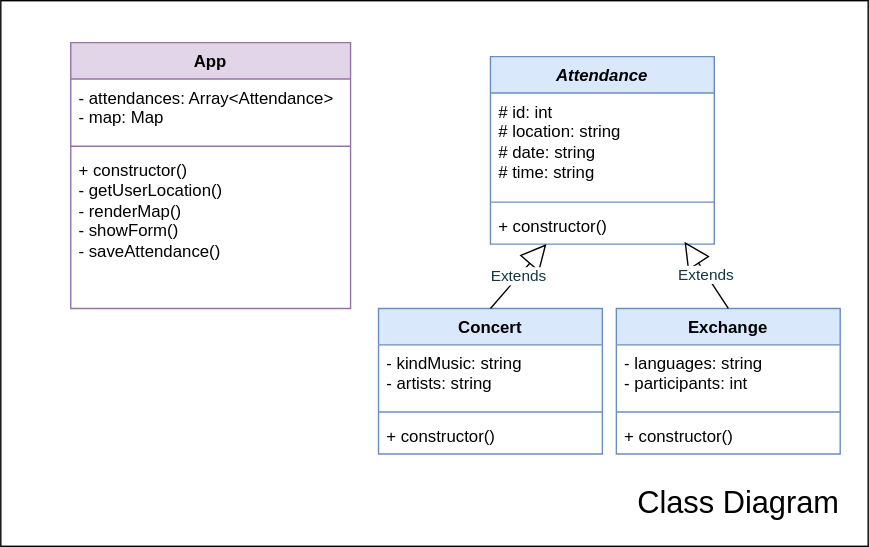
Before: class-diagram.drawio.svg, a diagram exported from draw.io (josenavarrohub/vanilla-js-eventify). Source tidied: cells renumbered, new cells last; positions are measured from the earlier drawing's top-left corner, leaving out a move shared by most shapes.
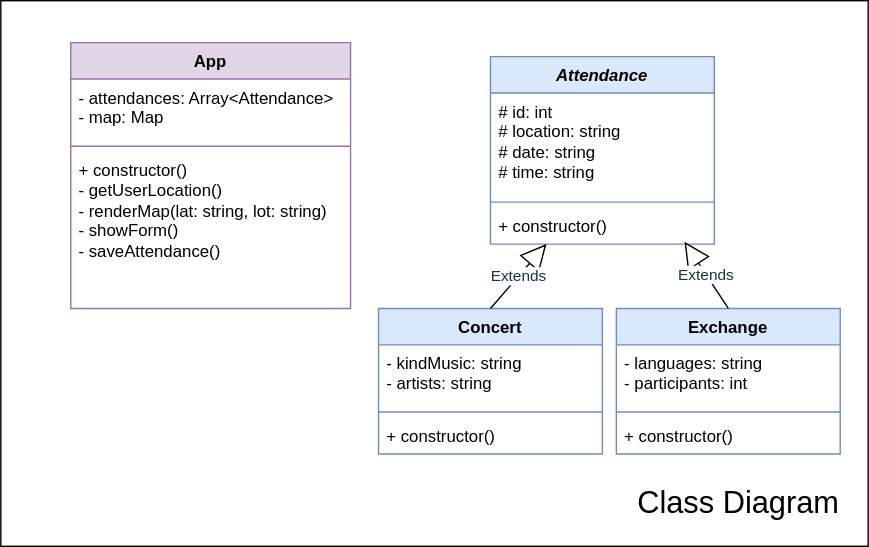
After the change.

What changed in the source:
```diff
@@ -59,7 +59,7 @@
     <mxCell id="20" style="line;strokeWidth=1;fillColor=none;align=left;verticalAlign=middle;spacingTop=-1;spacingLeft=3;spacingRight=3;labelPosition=right;strokeColor=inherit;" parent="18" vertex="1">
       <mxGeometry y="70" width="200" height="8" as="geometry" />
     </mxCell>
-    <mxCell id="21" value="+ constructor()&lt;br&gt;- getUserLocation()&lt;br&gt;- renderMap()&lt;br&gt;- showForm()&lt;br&gt;- saveAttendance()&lt;br&gt;" style="text;strokeColor=none;fillColor=none;align=left;verticalAlign=top;spacingLeft=4;spacingRight=4;overflow=hidden;whiteSpace=wrap;html=1;" parent="18" vertex="1">
+    <mxCell id="21" value="+ constructor()&lt;br&gt;- getUserLocation()&lt;br&gt;- renderMap(lat: string, lot: string)&lt;br&gt;- showForm()&lt;br&gt;- saveAttendance()" style="text;strokeColor=none;fillColor=none;align=left;verticalAlign=top;spacingLeft=4;spacingRight=4;overflow=hidden;whiteSpace=wrap;html=1;" parent="18" vertex="1">
       <mxGeometry y="78" width="200" height="112" as="geometry" />
     </mxCell>
   </root>
```
